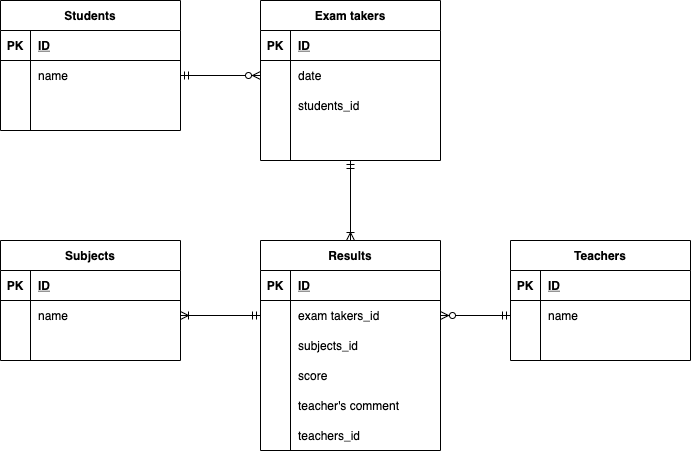
Earlier version of the draw.io export index.drawio.png (sohei24/coachtech-enshu5). Source tidied: cells renumbered, new cells last; positions are measured from the earlier drawing's top-left corner, leaving out a move shared by most shapes.
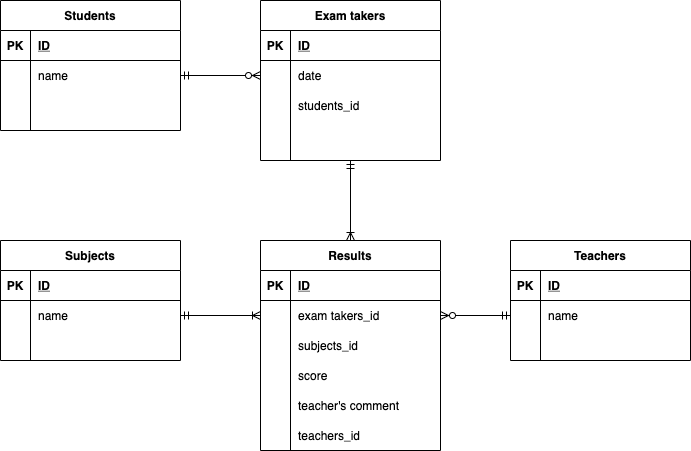
The same file after the commit.

The edit, as a diff of the source:
```diff
@@ -185,7 +185,7 @@
     <mxCell id="62" style="rounded=0;jettySize=auto;html=1;exitX=0;exitY=0.5;exitDx=0;exitDy=0;entryX=1;entryY=0.5;entryDx=0;entryDy=0;startArrow=ERzeroToMany;startFill=1;endArrow=ERmandOne;endFill=0;" parent="1" edge="1" source="46" target="59">
       <mxGeometry relative="1" as="geometry" />
     </mxCell>
-    <mxCell id="63" style="edgeStyle=none;rounded=0;jettySize=auto;html=1;exitX=1;exitY=0.5;exitDx=0;exitDy=0;entryX=0;entryY=0.5;entryDx=0;entryDy=0;startArrow=ERoneToMany;startFill=0;endArrow=ERmandOne;endFill=0;" parent="1" edge="1" source="35" target="16">
+    <mxCell id="63" style="edgeStyle=none;rounded=0;jettySize=auto;html=1;exitX=1;exitY=0.5;exitDx=0;exitDy=0;entryX=0;entryY=0.5;entryDx=0;entryDy=0;startArrow=ERmandOne;startFill=0;endArrow=ERoneToMany;endFill=0;" parent="1" edge="1" source="35" target="16">
       <mxGeometry relative="1" as="geometry" />
     </mxCell>
     <mxCell id="64" style="edgeStyle=none;rounded=0;jettySize=auto;html=1;exitX=1;exitY=0.5;exitDx=0;exitDy=0;entryX=0;entryY=0.5;entryDx=0;entryDy=0;startArrow=ERzeroToMany;startFill=1;endArrow=ERmandOne;endFill=0;" parent="1" edge="1" source="16" target="6">
```
